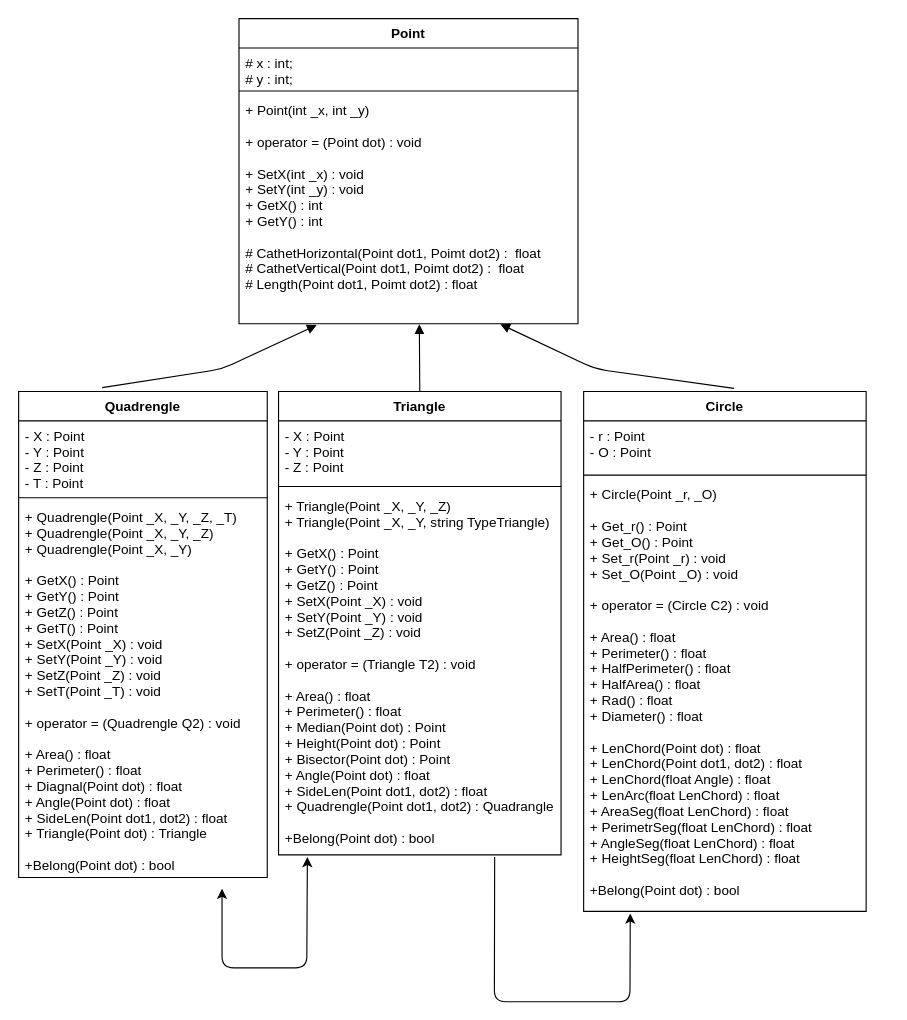
Before: Shapes.drawio in MAXXXYMIRON/OOP_-thrid_task, a draw.io diagram. Source tidied: cells renumbered, new cells numbered last; positions are measured from the earlier drawing's top-left corner, leaving out a move shared by most shapes. Both pictures are drawn from the tidied source at 113%, with x=0, y=0 at pixel (18, 18).
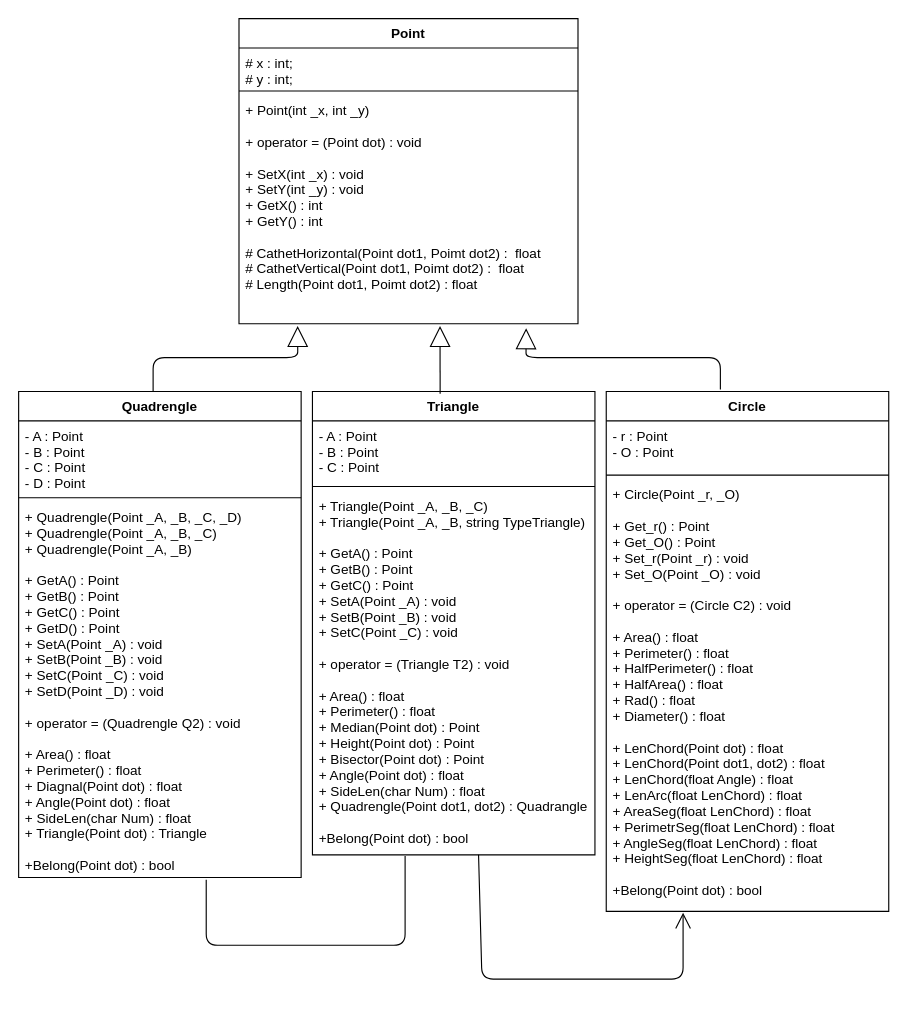
After the change.

The change refers to these unchanged cells:
```xml
<mxCell id="5" value="+ Point(int _x, int _y)&#10;&#10;+ operator = (Point dot) : void&#10;&#10;+ SetX(int _x) : void&#10;+ SetY(int _y) : void &#10;+ GetX() : int&#10;+ GetY() : int&#10;&#10;# CathetHorizontal(Point dot1, Poimt dot2) :  float&#10;# CathetVertical(Point dot1, Poimt dot2) :  float&#10;# Length(Point dot1, Poimt dot2) : float" style="text;strokeColor=none;fillColor=none;align=left;verticalAlign=top;spacingLeft=4;spacingRight=4;overflow=hidden;points=[[0,0.5],[1,0.5]];portConstraint=eastwest;" parent="2" vertex="1">
  <mxGeometry y="68" width="300" height="202" as="geometry" />
</mxCell>
<mxCell id="17" value="+ Circle(Point _r, _O)&#10;&#10;+ Get_r() : Point&#10;+ Get_O() : Point&#10;+ Set_r(Point _r) : void&#10;+ Set_O(Point _O) : void&#10;&#10;+ operator = (Circle C2) : void&#10;&#10;+ Area() : float&#10;+ Perimeter() : float&#10;+ HalfPerimeter() : float&#10;+ HalfArea() : float&#10;+ Rad() : float&#10;+ Diameter() : float&#10;&#10;+ LenChord(Point dot) : float&#10;+ LenChord(Point dot1, dot2) : float&#10;+ LenChord(float Angle) : float&#10;+ LenArc(float LenChord) : float&#10;+ AreaSeg(float LenChord) : float&#10;+ PerimetrSeg(float LenChord) : float&#10;+ AngleSeg(float LenChord) : float&#10;+ HeightSeg(float LenChord) : float&#10;&#10;+Belong(Point dot) : bool&#10;&#10;" style="text;strokeColor=none;fillColor=none;align=left;verticalAlign=top;spacingLeft=4;spacingRight=4;overflow=hidden;points=[[0,0.5],[1,0.5]];portConstraint=eastwest;" parent="14" vertex="1">
  <mxGeometry y="78" width="250" height="382" as="geometry" />
</mxCell>
```

What changed in the source:
```diff
@@
     <mxCell id="6" value="Quadrengle" style="swimlane;fontStyle=1;align=center;verticalAlign=top;horizontal=1;startSize=26;" parent="1" vertex="1">
-      <mxGeometry y="330" width="220" height="430" as="geometry" />
+      <mxGeometry y="330" width="250" height="430" as="geometry" />
     </mxCell>
-    <mxCell id="7" value="- X : Point&#10;- Y : Point&#10;- Z : Point&#10;- T : Point" style="text;strokeColor=none;fillColor=none;align=left;verticalAlign=top;spacingLeft=4;spacingRight=4;overflow=hidden;" parent="6" vertex="1">
-      <mxGeometry y="26" width="220" height="64" as="geometry" />
+    <mxCell id="7" value="- A : Point&#10;- B : Point&#10;- C : Point&#10;- D : Point" style="text;strokeColor=none;fillColor=none;align=left;verticalAlign=top;spacingLeft=4;spacingRight=4;overflow=hidden;" parent="6" vertex="1">
+      <mxGeometry y="26" width="250" height="64" as="geometry" />
     </mxCell>
     <mxCell id="8" style="line;strokeWidth=1;fillColor=none;align=left;verticalAlign=middle;spacingTop=-1;spacingLeft=3;spacingRight=3;labelPosition=right;" parent="6" vertex="1">
-      <mxGeometry y="90" width="220" height="8" as="geometry" />
+      <mxGeometry y="90" width="250" height="8" as="geometry" />
     </mxCell>
-    <mxCell id="9" value="+ Quadrengle(Point _X, _Y, _Z, _T)&#10;+ Quadrengle(Point _X, _Y, _Z)&#10;+ Quadrengle(Point _X, _Y)&#10;&#10;+ GetX() : Point&#10;+ GetY() : Point&#10;+ GetZ() : Point&#10;+ GetT() : Point&#10;+ SetX(Point _X) : void&#10;+ SetY(Point _Y) : void&#10;+ SetZ(Point _Z) : void&#10;+ SetT(Point _T) : void&#10;&#10;+ operator = (Quadrengle Q2) : void&#10;&#10;+ Area() : float&#10;+ Perimeter() : float&#10;+ Diagnal(Point dot) : float&#10;+ Angle(Point dot) : float&#10;+ SideLen(Point dot1, dot2) : float&#10;+ Triangle(Point dot) : Triangle&#10;&#10;+Belong(Point dot) : bool&#10;" style="text;strokeColor=none;fillColor=none;align=left;verticalAlign=top;spacingLeft=4;spacingRight=4;overflow=hidden;points=[[0,0.5],[1,0.5]];portConstraint=eastwest;" parent="6" vertex="1">
-      <mxGeometry y="98" width="220" height="332" as="geometry" />
+    <mxCell id="9" value="+ Quadrengle(Point _A, _B, _C, _D)&#10;+ Quadrengle(Point _A, _B, _C)&#10;+ Quadrengle(Point _A, _B)&#10;&#10;+ GetA() : Point&#10;+ GetB() : Point&#10;+ GetC() : Point&#10;+ GetD() : Point&#10;+ SetA(Point _A) : void&#10;+ SetB(Point _B) : void&#10;+ SetC(Point _C) : void&#10;+ SetD(Point _D) : void&#10;&#10;+ operator = (Quadrengle Q2) : void&#10;&#10;+ Area() : float&#10;+ Perimeter() : float&#10;+ Diagnal(Point dot) : float&#10;+ Angle(Point dot) : float&#10;+ SideLen(char Num) : float&#10;+ Triangle(Point dot) : Triangle&#10;&#10;+Belong(Point dot) : bool&#10;" style="text;strokeColor=none;fillColor=none;align=left;verticalAlign=top;spacingLeft=4;spacingRight=4;overflow=hidden;points=[[0,0.5],[1,0.5]];portConstraint=eastwest;" parent="6" vertex="1">
+      <mxGeometry y="98" width="250" height="332" as="geometry" />
     </mxCell>
     <mxCell id="10" value="Triangle" style="swimlane;fontStyle=1;align=center;verticalAlign=top;horizontal=1;startSize=26;" parent="1" vertex="1">
-      <mxGeometry x="230" y="330" width="250" height="410" as="geometry" />
+      <mxGeometry x="260" y="330" width="250" height="410" as="geometry" />
     </mxCell>
-    <mxCell id="11" value="- X : Point&#10;- Y : Point&#10;- Z : Point" style="text;strokeColor=none;fillColor=none;align=left;verticalAlign=top;spacingLeft=4;spacingRight=4;overflow=hidden;" parent="10" vertex="1">
+    <mxCell id="11" value="- A : Point&#10;- B : Point&#10;- C : Point" style="text;strokeColor=none;fillColor=none;align=left;verticalAlign=top;spacingLeft=4;spacingRight=4;overflow=hidden;" parent="10" vertex="1">
       <mxGeometry y="26" width="250" height="54" as="geometry" />
     </mxCell>
@@
-    <mxCell id="13" value="+ Triangle(Point _X, _Y, _Z)&#10;+ Triangle(Point _X, _Y, string TypeTriangle)&#10;&#10;+ GetX() : Point&#10;+ GetY() : Point&#10;+ GetZ() : Point&#10;+ SetX(Point _X) : void&#10;+ SetY(Point _Y) : void&#10;+ SetZ(Point _Z) : void&#10;&#10;+ operator = (Triangle T2) : void&#10;&#10;+ Area() : float&#10;+ Perimeter() : float&#10;+ Median(Point dot) : Point&#10;+ Height(Point dot) : Point&#10;+ Bisector(Point dot) : Point&#10;+ Angle(Point dot) : float&#10;+ SideLen(Point dot1, dot2) : float&#10;+ Quadrengle(Point dot1, dot2) : Quadrangle&#10;&#10;+Belong(Point dot) : bool" style="text;strokeColor=none;fillColor=none;align=left;verticalAlign=top;spacingLeft=4;spacingRight=4;overflow=hidden;points=[[0,0.5],[1,0.5]];portConstraint=eastwest;" parent="10" vertex="1">
+    <mxCell id="13" value="+ Triangle(Point _A, _B, _C)&#10;+ Triangle(Point _A, _B, string TypeTriangle)&#10;&#10;+ GetA() : Point&#10;+ GetB() : Point&#10;+ GetC() : Point&#10;+ SetA(Point _A) : void&#10;+ SetB(Point _B) : void&#10;+ SetC(Point _C) : void&#10;&#10;+ operator = (Triangle T2) : void&#10;&#10;+ Area() : float&#10;+ Perimeter() : float&#10;+ Median(Point dot) : Point&#10;+ Height(Point dot) : Point&#10;+ Bisector(Point dot) : Point&#10;+ Angle(Point dot) : float&#10;+ SideLen(char Num) : float&#10;+ Quadrengle(Point dot1, dot2) : Quadrangle&#10;&#10;+Belong(Point dot) : bool" style="text;strokeColor=none;fillColor=none;align=left;verticalAlign=top;spacingLeft=4;spacingRight=4;overflow=hidden;points=[[0,0.5],[1,0.5]];portConstraint=eastwest;" parent="10" vertex="1">
       <mxGeometry y="88" width="250" height="322" as="geometry" />
     </mxCell>
     <mxCell id="14" value="Circle" style="swimlane;fontStyle=1;align=center;verticalAlign=top;horizontal=1;startSize=26;" parent="1" vertex="1">
-      <mxGeometry x="500" y="330" width="250" height="460" as="geometry" />
+      <mxGeometry x="520" y="330" width="250" height="460" as="geometry" />
     </mxCell>
@@
-    <mxCell id="18" style="html=1;verticalAlign=bottom;endArrow=block;entryX=0.229;entryY=1.006;entryDx=0;entryDy=0;entryPerimeter=0;exitX=0.336;exitY=-0.008;exitDx=0;exitDy=0;exitPerimeter=0;" parent="1" edge="1" source="6" target="5">
+    <mxCell id="18" style="endArrow=block;endSize=16;endFill=0;html=1;exitX=0.476;exitY=0;exitDx=0;exitDy=0;exitPerimeter=0;entryX=0.173;entryY=1.01;entryDx=0;entryDy=0;entryPerimeter=0;" parent="1" edge="1" source="6" target="5">
       <mxGeometry relative="1" as="geometry">
         <Array as="points">
-          <mxPoint x="180" y="310" />
+          <mxPoint x="119" y="300" />
+          <mxPoint x="247" y="300" />
         </Array>
       </mxGeometry>
     </mxCell>
+    <mxCell id="20" style="endArrow=block;endSize=16;endFill=0;html=1;exitX=0.452;exitY=0.005;exitDx=0;exitDy=0;exitPerimeter=0;entryX=0.593;entryY=1.01;entryDx=0;entryDy=0;entryPerimeter=0;" parent="1" edge="1" source="10" target="5">
+      <mxGeometry relative="1" as="geometry" />
+    </mxCell>
-    <mxCell id="19" style="html=1;verticalAlign=bottom;endArrow=block;entryX=0.771;entryY=1.002;entryDx=0;entryDy=0;entryPerimeter=0;exitX=0.532;exitY=-0.006;exitDx=0;exitDy=0;exitPerimeter=0;" parent="1" edge="1" source="14" target="5">
-      <mxGeometry relative="1" as="geometry">
+    <mxCell id="19" style="endArrow=block;endSize=16;endFill=0;html=1;exitX=0.404;exitY=-0.004;exitDx=0;exitDy=0;exitPerimeter=0;entryX=0.847;entryY=1.02;entryDx=0;entryDy=0;entryPerimeter=0;" parent="1" edge="1" source="14" target="5">
+      <mxGeometry x="0.75" y="-181" relative="1" as="geometry">
         <Array as="points">
-          <mxPoint x="510" y="310" />
+          <mxPoint x="621" y="300" />
+          <mxPoint x="449" y="300" />
         </Array>
       </mxGeometry>
     </mxCell>
-    <mxCell id="20" style="html=1;verticalAlign=bottom;endArrow=block;exitX=0.5;exitY=0;exitDx=0;exitDy=0;entryX=0.532;entryY=1.002;entryDx=0;entryDy=0;entryPerimeter=0;" parent="1" edge="1" source="10" target="5">
-      <mxGeometry relative="1" as="geometry" />
-    </mxCell>
-    <mxCell id="21" style="endArrow=classic;startArrow=classic;html=1;entryX=0.102;entryY=1.006;entryDx=0;entryDy=0;entryPerimeter=0;" parent="1" edge="1" target="13">
-      <mxGeometry relative="1" as="geometry">
-        <mxPoint x="180" y="770" as="sourcePoint" />
-        <Array as="points">
-          <mxPoint x="180" y="840" />
-          <mxPoint x="255" y="840" />
-        </Array>
-      </mxGeometry>
-    </mxCell>
-    <mxCell id="22" style="endArrow=classic;html=1;entryX=0.165;entryY=1.005;entryDx=0;entryDy=0;entryPerimeter=0;exitX=0.765;exitY=1.006;exitDx=0;exitDy=0;exitPerimeter=0;" parent="1" edge="1" source="13" target="17">
+    <mxCell id="22" style="endArrow=open;endFill=1;endSize=12;html=1;entryX=0.272;entryY=1.003;entryDx=0;entryDy=0;entryPerimeter=0;exitX=0.588;exitY=1;exitDx=0;exitDy=0;exitPerimeter=0;" parent="1" edge="1" source="13" target="17">
       <mxGeometry relative="1" as="geometry">
         <Array as="points">
-          <mxPoint x="421" y="870" />
-          <mxPoint x="541" y="870" />
+          <mxPoint x="410" y="850" />
+          <mxPoint x="540" y="850" />
+          <mxPoint x="588" y="850" />
         </Array>
       </mxGeometry>
     </mxCell>
+    <mxCell id="23" style="endArrow=none;html=1;edgeStyle=orthogonalEdgeStyle;exitX=0.664;exitY=1.006;exitDx=0;exitDy=0;exitPerimeter=0;entryX=0.328;entryY=1.003;entryDx=0;entryDy=0;entryPerimeter=0;" parent="1" edge="1" source="9" target="13">
+      <mxGeometry relative="1" as="geometry">
+        <Array as="points">
+          <mxPoint x="166" y="820" />
+          <mxPoint x="342" y="820" />
+        </Array>
+      </mxGeometry>
+    </mxCell>
+    <mxCell id="24" style="html=1;align=left;verticalAlign=bottom;labelBackgroundColor=#ffffff;fontSize=10;" parent="23" vertex="1">
+      <mxGeometry x="-1" relative="1" as="geometry" />
+    </mxCell>
+    <mxCell id="25" style="html=1;align=right;verticalAlign=bottom;labelBackgroundColor=#ffffff;fontSize=10;" parent="23" vertex="1">
+      <mxGeometry x="1" relative="1" as="geometry" />
+    </mxCell>
```
